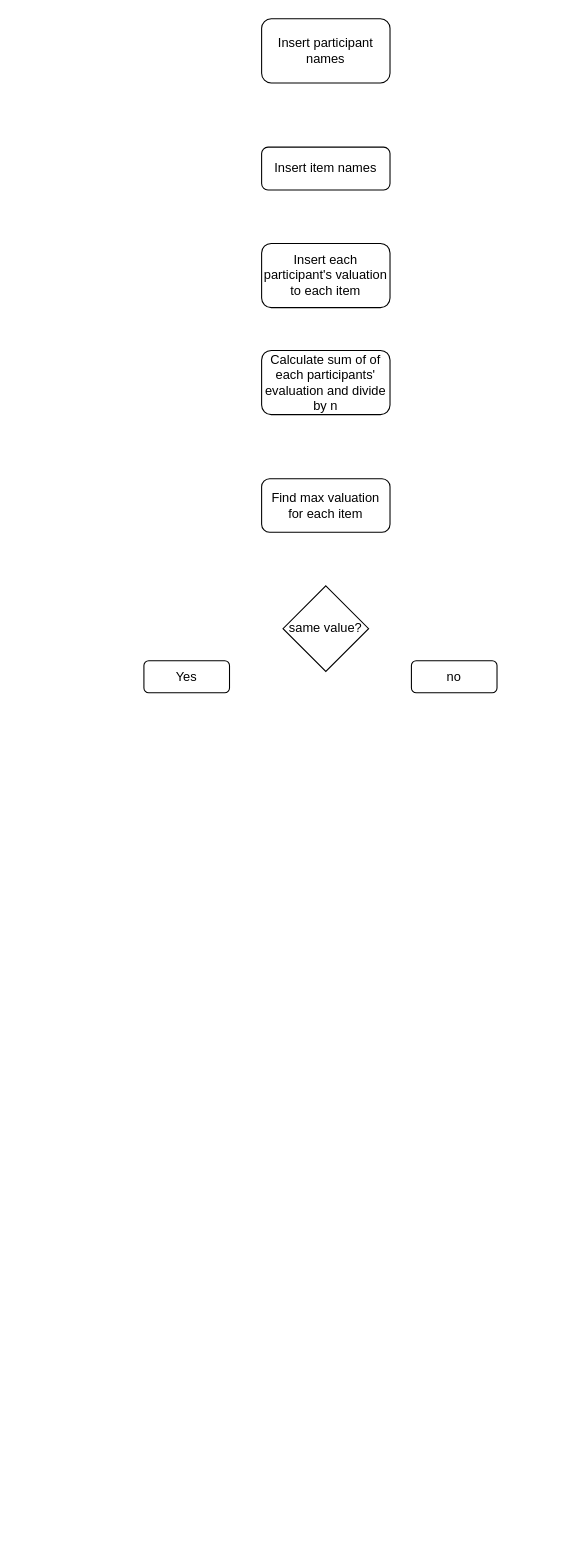
Before: Fair division of goods flowchart.drawio in Borgir1/Fair-division-of-goods, a draw.io diagram. Source tidied: cells renumbered, new cells numbered last; positions are measured from the earlier drawing's top-left corner, leaving out a move shared by most shapes. Both pictures are drawn from the tidied source at 107%, with x=0, y=0 at pixel (143, 18).
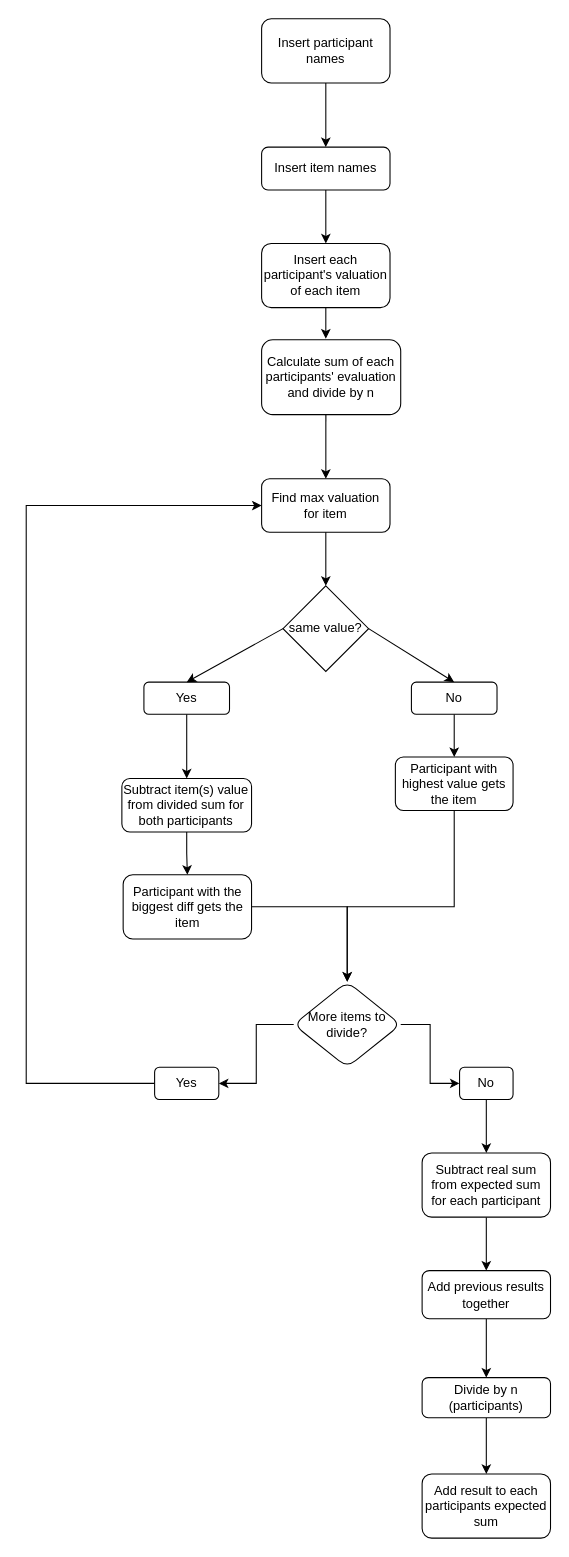
The same diagram, later.

The change refers to these unchanged cells:
```xml
<mxCell id="2" value="Insert participant names" style="rounded=1;whiteSpace=wrap;html=1;" parent="1" vertex="1">
  <mxGeometry x="110" width="120" height="60" as="geometry" />
</mxCell>
<mxCell id="3" value="Insert item names" style="rounded=1;whiteSpace=wrap;html=1;" parent="1" vertex="1">
  <mxGeometry x="110" y="120" width="120" height="40" as="geometry" />
</mxCell>
<mxCell id="8" value="same value?" style="rhombus;whiteSpace=wrap;html=1;" parent="1" vertex="1">
  <mxGeometry x="130" y="530" width="80" height="80" as="geometry" />
</mxCell>
```

Change to the diagram source:
```diff
@@
+    <mxCell id="10" style="edgeStyle=orthogonalEdgeStyle;rounded=0;jettySize=auto;html=1;" parent="1" edge="1" source="2" target="3">
+      <mxGeometry relative="1" as="geometry" />
+    </mxCell>
@@
+    <mxCell id="11" style="edgeStyle=orthogonalEdgeStyle;rounded=0;jettySize=auto;html=1;" parent="1" edge="1" source="3" target="4">
+      <mxGeometry relative="1" as="geometry" />
+    </mxCell>
@@
+    <mxCell id="12" style="edgeStyle=orthogonalEdgeStyle;rounded=0;jettySize=auto;html=1;" parent="1" edge="1" source="4">
+      <mxGeometry relative="1" as="geometry">
+        <mxPoint x="170" y="299" as="targetPoint" />
+      </mxGeometry>
+    </mxCell>
-    <mxCell id="4" value="Insert each participant's valuation to each item" style="rounded=1;whiteSpace=wrap;html=1;" parent="1" vertex="1">
+    <mxCell id="4" value="Insert each participant's valuation of each item" style="rounded=1;whiteSpace=wrap;html=1;" parent="1" vertex="1">
       <mxGeometry x="110" y="210" width="120" height="60" as="geometry" />
     </mxCell>
-    <mxCell id="5" value="Find max valuation for each item" style="rounded=1;whiteSpace=wrap;html=1;" parent="1" vertex="1">
+    <mxCell id="5" value="Find max valuation for item" style="rounded=1;whiteSpace=wrap;html=1;" parent="1" vertex="1">
       <mxGeometry x="110" y="430" width="120" height="50" as="geometry" />
     </mxCell>
+    <mxCell id="13" style="edgeStyle=orthogonalEdgeStyle;rounded=0;jettySize=auto;html=1;" parent="1" edge="1" source="6" target="18">
+      <mxGeometry relative="1" as="geometry" />
+    </mxCell>
     <mxCell id="6" value="Yes" style="rounded=1;whiteSpace=wrap;html=1;" parent="1" vertex="1">
-      <mxGeometry y="600" width="80" height="30" as="geometry" />
+      <mxGeometry y="620" width="80" height="30" as="geometry" />
     </mxCell>
+    <mxCell id="14" style="edgeStyle=orthogonalEdgeStyle;rounded=0;jettySize=auto;html=1;" parent="1" edge="1" source="7" target="16">
+      <mxGeometry relative="1" as="geometry" />
+    </mxCell>
-    <mxCell id="7" value="no" style="rounded=1;whiteSpace=wrap;html=1;" parent="1" vertex="1">
-      <mxGeometry x="250" y="600" width="80" height="30" as="geometry" />
+    <mxCell id="7" value="No" style="rounded=1;whiteSpace=wrap;html=1;" parent="1" vertex="1">
+      <mxGeometry x="250" y="620" width="80" height="30" as="geometry" />
     </mxCell>
@@
-    <mxCell id="9" value="Calculate sum of of each participants' evaluation and divide by n" style="rounded=1;whiteSpace=wrap;html=1;" parent="1" vertex="1">
-      <mxGeometry x="110" y="310" width="120" height="60" as="geometry" />
+    <mxCell id="9" value="Calculate sum of each participants' evaluation and divide by n&lt;br&gt;" style="rounded=1;whiteSpace=wrap;html=1;" parent="1" vertex="1">
+      <mxGeometry x="110" y="300" width="130" height="70" as="geometry" />
     </mxCell>
+    <mxCell id="15" style="edgeStyle=orthogonalEdgeStyle;rounded=0;jettySize=auto;html=1;exitX=0.5;exitY=1;exitDx=0;exitDy=0;" parent="1" edge="1" source="16" target="28">
+      <mxGeometry relative="1" as="geometry">
+        <Array as="points">
+          <mxPoint x="290" y="830" />
+          <mxPoint x="190" y="830" />
+        </Array>
+      </mxGeometry>
+    </mxCell>
+    <mxCell id="16" value="Participant with highest value gets the item" style="rounded=1;whiteSpace=wrap;html=1;" parent="1" vertex="1">
+      <mxGeometry x="235" y="690" width="110" height="50" as="geometry" />
+    </mxCell>
+    <mxCell id="17" style="edgeStyle=orthogonalEdgeStyle;rounded=0;jettySize=auto;html=1;" parent="1" edge="1" source="18" target="20">
+      <mxGeometry relative="1" as="geometry" />
+    </mxCell>
+    <mxCell id="18" value="Subtract item(s) value from divided sum for both participants" style="rounded=1;whiteSpace=wrap;html=1;" parent="1" vertex="1">
+      <mxGeometry x="-20.6" y="710" width="121.2" height="50" as="geometry" />
+    </mxCell>
+    <mxCell id="19" style="edgeStyle=orthogonalEdgeStyle;rounded=0;jettySize=auto;html=1;" parent="1" edge="1" source="20" target="28">
+      <mxGeometry relative="1" as="geometry" />
+    </mxCell>
+    <mxCell id="20" value="Participant with the biggest diff gets the item" style="rounded=1;whiteSpace=wrap;html=1;" parent="1" vertex="1">
+      <mxGeometry x="-19.4" y="800" width="120" height="60" as="geometry" />
+    </mxCell>
+    <mxCell id="21" style="endArrow=classic;html=1;rounded=0;entryX=0.5;entryY=0;entryDx=0;entryDy=0;exitX=0.5;exitY=1;exitDx=0;exitDy=0;" parent="1" edge="1" source="5" target="8">
+      <mxGeometry relative="1" as="geometry" />
+    </mxCell>
+    <mxCell id="22" style="endArrow=classic;html=1;rounded=0;exitX=0.462;exitY=1;exitDx=0;exitDy=0;entryX=0.5;entryY=0;entryDx=0;entryDy=0;exitPerimeter=0;" parent="1" edge="1" source="9" target="5">
+      <mxGeometry relative="1" as="geometry" />
+    </mxCell>
+    <mxCell id="23" style="endArrow=classic;html=1;rounded=0;entryX=0.5;entryY=0;entryDx=0;entryDy=0;exitX=0;exitY=0.5;exitDx=0;exitDy=0;" parent="1" edge="1" source="8" target="6">
+      <mxGeometry relative="1" as="geometry" />
+    </mxCell>
+    <mxCell id="24" style="endArrow=classic;html=1;rounded=0;entryX=0.5;entryY=0;entryDx=0;entryDy=0;exitX=1;exitY=0.5;exitDx=0;exitDy=0;" parent="1" edge="1" source="8" target="7">
+      <mxGeometry relative="1" as="geometry" />
+    </mxCell>
+    <mxCell id="25" style="endArrow=classic;html=1;rounded=0;entryX=0;entryY=0.5;entryDx=0;entryDy=0;exitX=0;exitY=0.5;exitDx=0;exitDy=0;" parent="1" edge="1" source="29" target="5">
+      <mxGeometry relative="1" as="geometry">
+        <Array as="points">
+          <mxPoint x="-110" y="995" />
+          <mxPoint x="-110" y="455" />
+        </Array>
+      </mxGeometry>
+    </mxCell>
+    <mxCell id="26" style="edgeStyle=orthogonalEdgeStyle;rounded=0;jettySize=auto;html=1;" parent="1" edge="1" source="28" target="29">
+      <mxGeometry relative="1" as="geometry" />
+    </mxCell>
+    <mxCell id="27" style="edgeStyle=orthogonalEdgeStyle;rounded=0;jettySize=auto;html=1;" parent="1" edge="1" source="28" target="31">
+      <mxGeometry relative="1" as="geometry" />
+    </mxCell>
+    <mxCell id="28" value="More items to divide?" style="rhombus;whiteSpace=wrap;html=1;rounded=1;" parent="1" vertex="1">
+      <mxGeometry x="140" y="900" width="100" height="80" as="geometry" />
+    </mxCell>
+    <mxCell id="29" value="Yes" style="whiteSpace=wrap;html=1;rounded=1;" parent="1" vertex="1">
+      <mxGeometry x="10" y="980" width="60" height="30" as="geometry" />
+    </mxCell>
+    <mxCell id="30" style="edgeStyle=orthogonalEdgeStyle;rounded=0;jettySize=auto;html=1;" parent="1" edge="1" source="31" target="33">
+      <mxGeometry relative="1" as="geometry" />
+    </mxCell>
+    <mxCell id="31" value="No" style="whiteSpace=wrap;html=1;rounded=1;" parent="1" vertex="1">
+      <mxGeometry x="295" y="980" width="50" height="30" as="geometry" />
+    </mxCell>
+    <mxCell id="32" style="edgeStyle=orthogonalEdgeStyle;rounded=0;jettySize=auto;html=1;" parent="1" edge="1" source="33" target="35">
+      <mxGeometry relative="1" as="geometry" />
+    </mxCell>
+    <mxCell id="33" value="Subtract real sum from expected sum for each participant" style="whiteSpace=wrap;html=1;rounded=1;" parent="1" vertex="1">
+      <mxGeometry x="260" y="1060" width="120" height="60" as="geometry" />
+    </mxCell>
+    <mxCell id="34" style="edgeStyle=orthogonalEdgeStyle;rounded=0;jettySize=auto;html=1;" parent="1" edge="1" source="35" target="37">
+      <mxGeometry relative="1" as="geometry" />
+    </mxCell>
+    <mxCell id="35" value="Add previous results together" style="whiteSpace=wrap;html=1;rounded=1;" parent="1" vertex="1">
+      <mxGeometry x="260" y="1170" width="120" height="45" as="geometry" />
+    </mxCell>
+    <mxCell id="36" style="edgeStyle=orthogonalEdgeStyle;rounded=0;jettySize=auto;html=1;" parent="1" edge="1" source="37" target="39">
+      <mxGeometry relative="1" as="geometry" />
+    </mxCell>
+    <mxCell id="37" value="Divide by n (participants)" style="whiteSpace=wrap;html=1;rounded=1;" parent="1" vertex="1">
+      <mxGeometry x="260" y="1270" width="120" height="37.5" as="geometry" />
+    </mxCell>
+    <mxCell id="38" style="edgeStyle=orthogonalEdgeStyle;rounded=0;orthogonalLoop=1;jettySize=auto;html=1;exitX=0.5;exitY=1;exitDx=0;exitDy=0;" parent="1" edge="1" source="35" target="35">
+      <mxGeometry relative="1" as="geometry" />
+    </mxCell>
+    <mxCell id="39" value="Add result to each participants expected sum" style="whiteSpace=wrap;html=1;rounded=1;" parent="1" vertex="1">
+      <mxGeometry x="260" y="1360" width="120" height="60" as="geometry" />
+    </mxCell>
```
